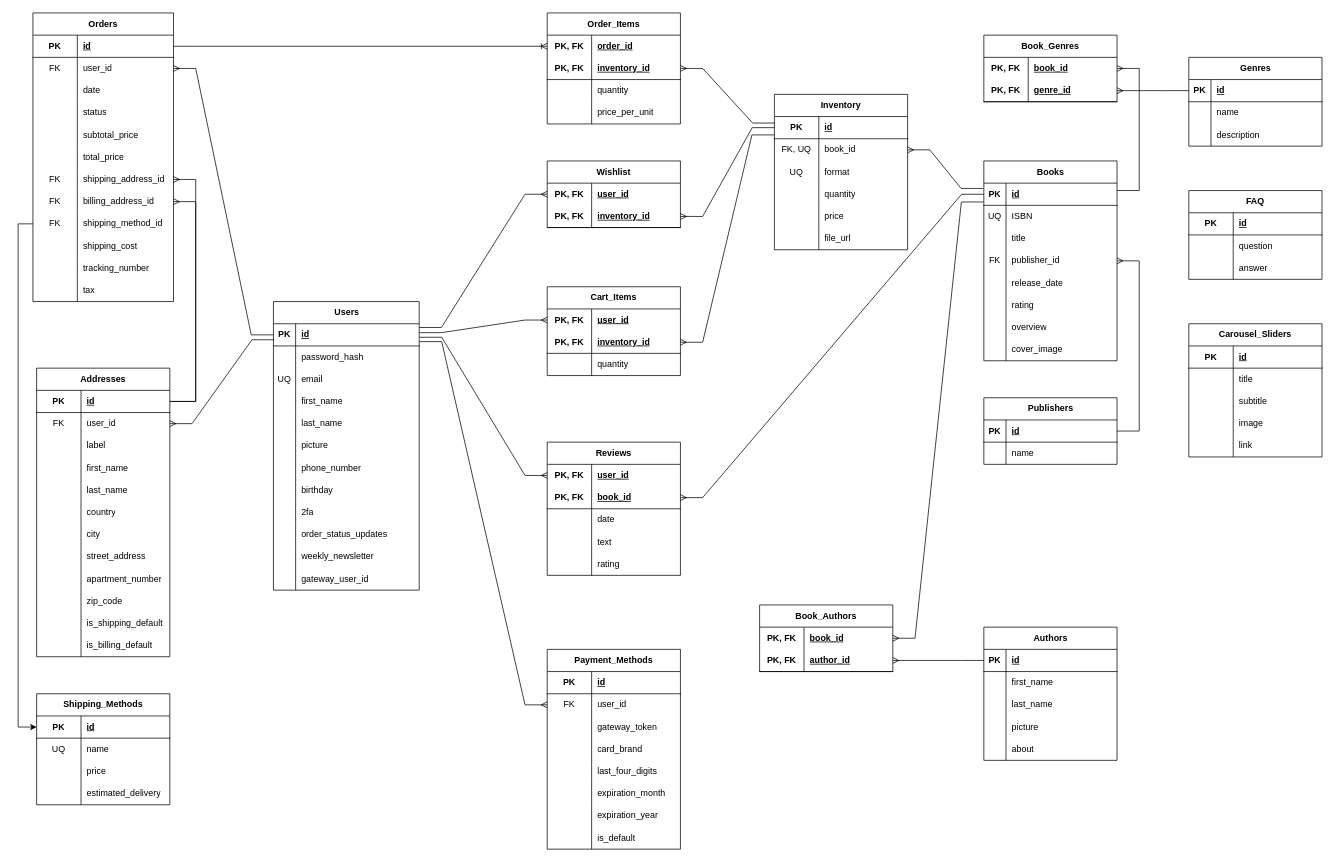
ShayTam/Bookstore keeps this draw.io diagram as ERD.drawio. Above is the earlier version. Source tidied: cells renumbered, new cells numbered last; positions are measured from the earlier drawing's top-left corner, leaving out a move shared by most shapes. Both pictures are drawn from the tidied source at 74%, with x=0, y=0 at pixel (33, 13).
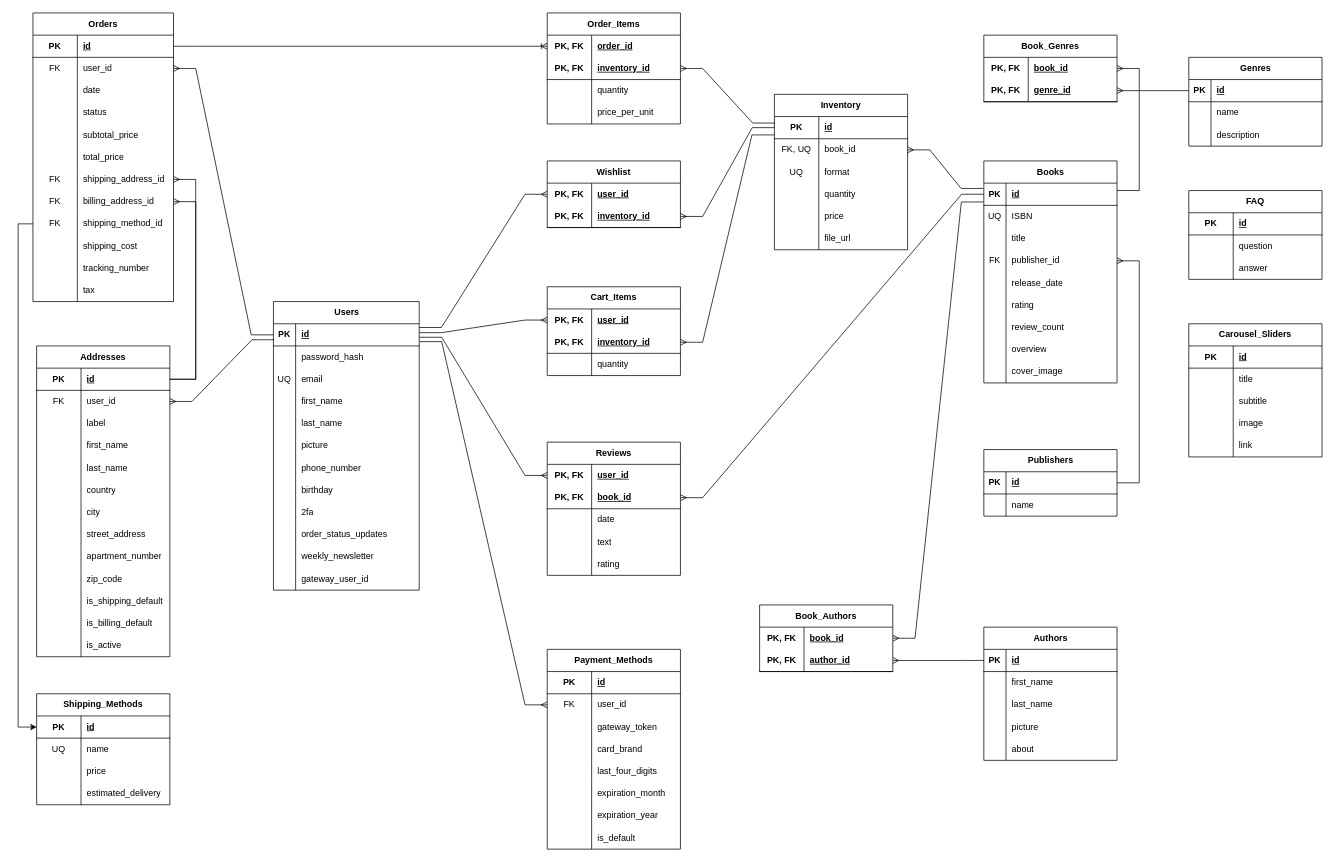
The same page after the edit.

Commit message:
added is_active to Addresses

The edit, as a diff of the source:
```diff
@@
     <mxCell id="39" value="Books" style="shape=table;startSize=30;childLayout=tableLayout;rowLines=0;fontStyle=1;align=center;html=1;" parent="1" vertex="1">
-      <mxGeometry x="1285" y="200" width="180" height="270" as="geometry" />
+      <mxGeometry x="1285" y="200" width="180" height="300" as="geometry" />
     </mxCell>
@@
+    <mxCell id="334" style="shape=tableRow;horizontal=0;startSize=0;swimlaneHead=0;swimlaneBody=0;fillColor=none;top=0;left=0;right=0;bottom=0;" parent="39" vertex="1">
+      <mxGeometry y="210" width="180" height="30" as="geometry" />
+    </mxCell>
+    <mxCell id="335" style="shape=partialRectangle;fillColor=none;top=0;left=0;bottom=0;right=0;overflow=hidden;whiteSpace=wrap;html=1;" parent="334" vertex="1">
+      <mxGeometry width="30" height="30" as="geometry" />
+    </mxCell>
+    <mxCell id="336" value="review_count" style="shape=partialRectangle;fillColor=none;top=0;left=0;bottom=0;right=0;align=left;spacingLeft=6;overflow=hidden;whiteSpace=wrap;html=1;" parent="334" vertex="1">
+      <mxGeometry x="30" width="150" height="30" as="geometry" />
+    </mxCell>
     <mxCell id="58" style="shape=tableRow;horizontal=0;startSize=0;swimlaneHead=0;swimlaneBody=0;fillColor=none;top=0;left=0;right=0;bottom=0;" parent="39" vertex="1">
-      <mxGeometry y="210" width="180" height="30" as="geometry" />
+      <mxGeometry y="240" width="180" height="30" as="geometry" />
     </mxCell>
@@
     <mxCell id="61" style="shape=tableRow;horizontal=0;startSize=0;swimlaneHead=0;swimlaneBody=0;fillColor=none;top=0;left=0;right=0;bottom=0;" parent="39" vertex="1">
-      <mxGeometry y="240" width="180" height="30" as="geometry" />
+      <mxGeometry y="270" width="180" height="30" as="geometry" />
     </mxCell>
@@
     <mxCell id="115" value="Publishers" style="shape=table;startSize=30;childLayout=tableLayout;rowLines=0;fontStyle=1;align=center;html=1;" parent="1" vertex="1">
-      <mxGeometry x="1285" y="520" width="180" height="90" as="geometry" />
+      <mxGeometry x="1285" y="590" width="180" height="90" as="geometry" />
     </mxCell>
@@
     <mxCell id="186" value="Addresses" style="shape=table;startSize=30;childLayout=tableLayout;rowLines=0;fontStyle=1;align=center;html=1;whiteSpace=wrap;" parent="1" vertex="1">
-      <mxGeometry x="5" y="480" width="180" height="390" as="geometry" />
+      <mxGeometry x="5" y="450" width="180" height="420" as="geometry" />
     </mxCell>
@@
+    <mxCell id="337" style="shape=tableRow;horizontal=0;startSize=0;swimlaneHead=0;swimlaneBody=0;fillColor=none;top=0;left=0;right=0;bottom=0;html=1;" parent="186" vertex="1">
+      <mxGeometry y="390" width="180" height="30" as="geometry" />
+    </mxCell>
+    <mxCell id="338" style="shape=partialRectangle;fillColor=none;top=0;left=0;bottom=0;right=0;overflow=hidden;html=1;whiteSpace=wrap;" parent="337" vertex="1">
+      <mxGeometry width="60" height="30" as="geometry" />
+    </mxCell>
+    <mxCell id="339" value="is_active" style="shape=partialRectangle;fillColor=none;top=0;left=0;bottom=0;right=0;align=left;spacingLeft=6;overflow=hidden;html=1;whiteSpace=wrap;" parent="337" vertex="1">
+      <mxGeometry x="60" width="120" height="30" as="geometry" />
+    </mxCell>
```
